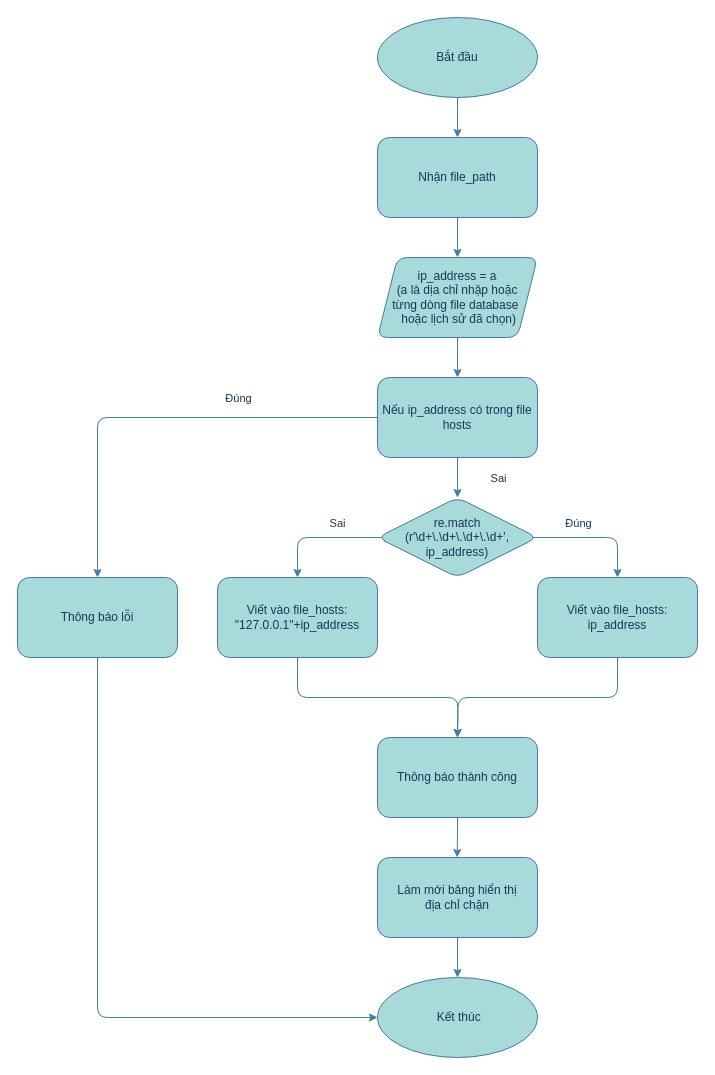
This is block.drawio from PlaymakerVN/KHKT-2023-1, a draw.io file, before an edit. Source tidied: cells renumbered, new cells numbered last; positions are measured from the earlier drawing's top-left corner, leaving out a move shared by most shapes. Both pictures are drawn from the tidied source at 100%, with x=0, y=0 at pixel (17, 17).
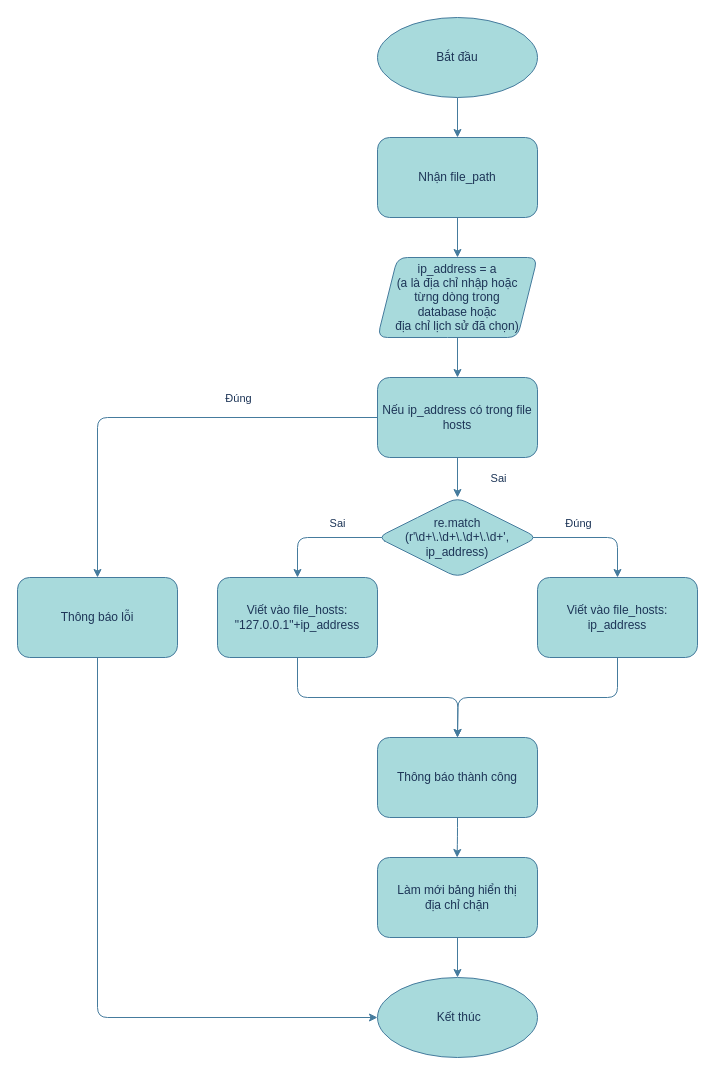
After the change.

Commit message (it also covers changes not shown here):
Cập nhật block.drawio

Change to the diagram source:
```diff
@@
-    <mxCell id="5" value="&lt;font style=&quot;font-size: 12px;&quot;&gt;ip_address = a&lt;br&gt;(a là dịa chỉ nhập hoặc&lt;br&gt;từng dòng file database&amp;nbsp;&lt;br&gt;&amp;nbsp;hoặc lịch sử đã chọn)&lt;/font&gt;" style="shape=parallelogram;perimeter=parallelogramPerimeter;whiteSpace=wrap;html=1;fixedSize=1;labelBackgroundColor=none;fillColor=#A8DADC;strokeColor=#457B9D;fontColor=#1D3557;rounded=1;" parent="1" vertex="1">
+    <mxCell id="5" value="&lt;font style=&quot;font-size: 12px;&quot;&gt;ip_address = a&lt;br&gt;(a là địa chỉ nhập hoặc&lt;br&gt;từng dòng trong database&amp;nbsp;hoặc &lt;br&gt;địa chỉ lịch sử đã chọn)&lt;/font&gt;" style="shape=parallelogram;perimeter=parallelogramPerimeter;whiteSpace=wrap;html=1;fixedSize=1;labelBackgroundColor=none;fillColor=#A8DADC;strokeColor=#457B9D;fontColor=#1D3557;rounded=1;" parent="1" vertex="1">
       <mxGeometry x="360" y="240" width="160" height="80" as="geometry" />
     </mxCell>
```
